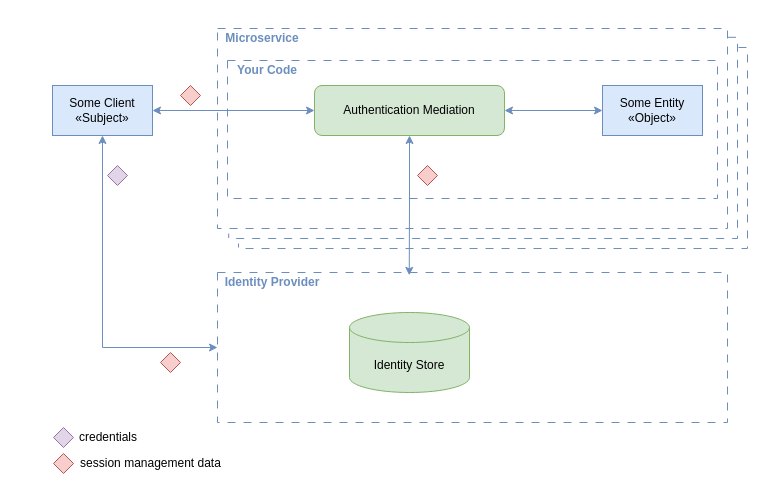
Earlier version of the draw.io diagram assets/Service_Level_Code_Mediated_Authentication.drawio (dadrus/CheatSheetSeries). Source tidied: cells renumbered, new cells numbered last; positions are measured from the earlier drawing's top-left corner, leaving out a move shared by most shapes. Both pictures are drawn from the tidied source at 100%, with x=0, y=0 at pixel (52, 28).
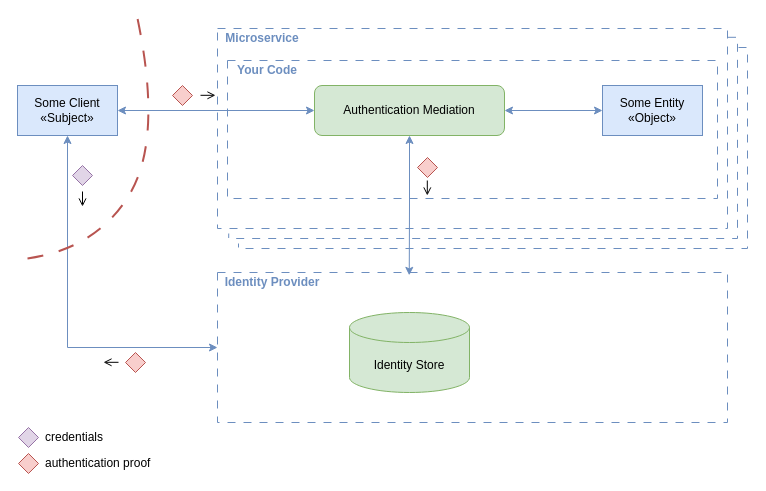
The same page after the edit.

The change refers to these unchanged cells:
```xml
<mxCell id="20" style="rounded=0;whiteSpace=wrap;html=1;fillColor=none;strokeColor=#6c8ebf;dashed=1;dashPattern=8 8;" parent="1" vertex="1">
  <mxGeometry x="165" y="244" width="510" height="150" as="geometry" />
</mxCell>
```

Diff of the diagram source:
```diff
@@
-    <mxCell id="8" style="edgeStyle=orthogonalEdgeStyle;rounded=0;jettySize=auto;html=1;fillColor=#dae8fc;strokeColor=#6c8ebf;startArrow=classic;startFill=1;entryX=0;entryY=0.5;entryDx=0;entryDy=0;" parent="1" edge="1" source="9" target="20">
+    <mxCell id="8" style="edgeStyle=orthogonalEdgeStyle;rounded=0;jettySize=auto;html=1;fillColor=#dae8fc;strokeColor=#6c8ebf;startArrow=classic;startFill=1;entryX=0;entryY=0.5;entryDx=0;entryDy=0;exitX=0.5;exitY=1;exitDx=0;exitDy=0;" parent="1" edge="1" source="9" target="20">
       <mxGeometry relative="1" as="geometry">
         <Array as="points">
-          <mxPoint x="50" y="319" />
+          <mxPoint x="15" y="319" />
         </Array>
       </mxGeometry>
     </mxCell>
     <mxCell id="9" value="Some Client&lt;br&gt;«Subject»" style="rounded=0;whiteSpace=wrap;html=1;fillColor=#dae8fc;strokeColor=#6c8ebf;" parent="1" vertex="1">
-      <mxGeometry y="57" width="100" height="50" as="geometry" />
+      <mxGeometry x="-35" y="57" width="100" height="50" as="geometry" />
     </mxCell>
@@
     <mxCell id="14" style="rhombus;whiteSpace=wrap;html=1;fillColor=#e1d5e7;strokeColor=#9673a6;" parent="1" vertex="1">
-      <mxGeometry x="55" y="137" width="20" height="20" as="geometry" />
+      <mxGeometry x="20" y="137" width="20" height="20" as="geometry" />
     </mxCell>
     <mxCell id="15" style="rhombus;whiteSpace=wrap;html=1;fillColor=#f8cecc;strokeColor=#b85450;" parent="1" vertex="1">
-      <mxGeometry x="108" y="324" width="20" height="20" as="geometry" />
+      <mxGeometry x="73" y="324" width="20" height="20" as="geometry" />
     </mxCell>
     <mxCell id="16" style="rhombus;whiteSpace=wrap;html=1;fillColor=#e1d5e7;strokeColor=#9673a6;" parent="1" vertex="1">
-      <mxGeometry x="1" y="399" width="20" height="20" as="geometry" />
+      <mxGeometry x="-34" y="399" width="20" height="20" as="geometry" />
     </mxCell>
     <mxCell id="17" style="rhombus;whiteSpace=wrap;html=1;fillColor=#f8cecc;strokeColor=#b85450;" parent="1" vertex="1">
-      <mxGeometry x="1" y="425" width="20" height="20" as="geometry" />
+      <mxGeometry x="-34" y="425" width="20" height="20" as="geometry" />
     </mxCell>
-    <mxCell id="18" value="credentials" style="text;html=1;align=center;verticalAlign=middle;whiteSpace=wrap;rounded=0;" parent="1" vertex="1">
-      <mxGeometry x="26" y="399" width="60" height="20" as="geometry" />
+    <mxCell id="18" value="credentials" style="text;html=1;align=left;verticalAlign=middle;whiteSpace=wrap;rounded=0;" parent="1" vertex="1">
+      <mxGeometry x="-9" y="399" width="60" height="20" as="geometry" />
     </mxCell>
-    <mxCell id="19" value="session management data" style="text;html=1;align=center;verticalAlign=middle;whiteSpace=wrap;rounded=0;" parent="1" vertex="1">
-      <mxGeometry x="26" y="425" width="145" height="20" as="geometry" />
+    <mxCell id="19" value="&lt;div align=&quot;left&quot;&gt;authentication proof&lt;/div&gt;" style="text;html=1;align=left;verticalAlign=middle;whiteSpace=wrap;rounded=0;" parent="1" vertex="1">
+      <mxGeometry x="-9" y="425" width="145" height="20" as="geometry" />
     </mxCell>
@@
     <mxCell id="22" style="rhombus;whiteSpace=wrap;html=1;fillColor=#f8cecc;strokeColor=#b85450;" parent="1" vertex="1">
-      <mxGeometry x="128" y="57" width="20" height="20" as="geometry" />
+      <mxGeometry x="120" y="57" width="20" height="20" as="geometry" />
     </mxCell>
     <mxCell id="23" style="rhombus;whiteSpace=wrap;html=1;fillColor=#f8cecc;strokeColor=#b85450;" parent="1" vertex="1">
-      <mxGeometry x="365" y="137" width="20" height="20" as="geometry" />
+      <mxGeometry x="365" y="129" width="20" height="20" as="geometry" />
     </mxCell>
@@
+    <mxCell id="26" style="endArrow=open;html=1;rounded=0;endFill=0;" parent="1" edge="1">
+      <mxGeometry relative="1" as="geometry">
+        <mxPoint x="148" y="66.8" as="sourcePoint" />
+        <mxPoint x="163" y="66.8" as="targetPoint" />
+      </mxGeometry>
+    </mxCell>
+    <mxCell id="27" style="endArrow=none;html=1;rounded=0;endFill=0;startArrow=open;startFill=0;" parent="1" edge="1">
+      <mxGeometry relative="1" as="geometry">
+        <mxPoint x="51" y="333.8" as="sourcePoint" />
+        <mxPoint x="66" y="333.8" as="targetPoint" />
+      </mxGeometry>
+    </mxCell>
+    <mxCell id="28" style="endArrow=open;html=1;rounded=0;endFill=0;" parent="1" edge="1">
+      <mxGeometry relative="1" as="geometry">
+        <mxPoint x="30" y="163" as="sourcePoint" />
+        <mxPoint x="30" y="178" as="targetPoint" />
+      </mxGeometry>
+    </mxCell>
+    <mxCell id="29" style="endArrow=open;html=1;rounded=0;endFill=0;" parent="1" edge="1">
+      <mxGeometry relative="1" as="geometry">
+        <mxPoint x="374.8" y="152" as="sourcePoint" />
+        <mxPoint x="374.8" y="167" as="targetPoint" />
+      </mxGeometry>
+    </mxCell>
+    <mxCell id="30" style="curved=1;endArrow=none;html=1;rounded=0;dashed=1;dashPattern=8 8;startFill=0;fillColor=#f8cecc;strokeColor=#b85450;startSize=9;endSize=8;strokeWidth=2;" parent="1" edge="1">
+      <mxGeometry relative="1" as="geometry">
+        <mxPoint x="-25" y="230" as="sourcePoint" />
+        <mxPoint x="85" y="-10" as="targetPoint" />
+        <Array as="points">
+          <mxPoint x="45" y="220" />
+          <mxPoint x="110" y="110" />
+        </Array>
+      </mxGeometry>
+    </mxCell>
```
